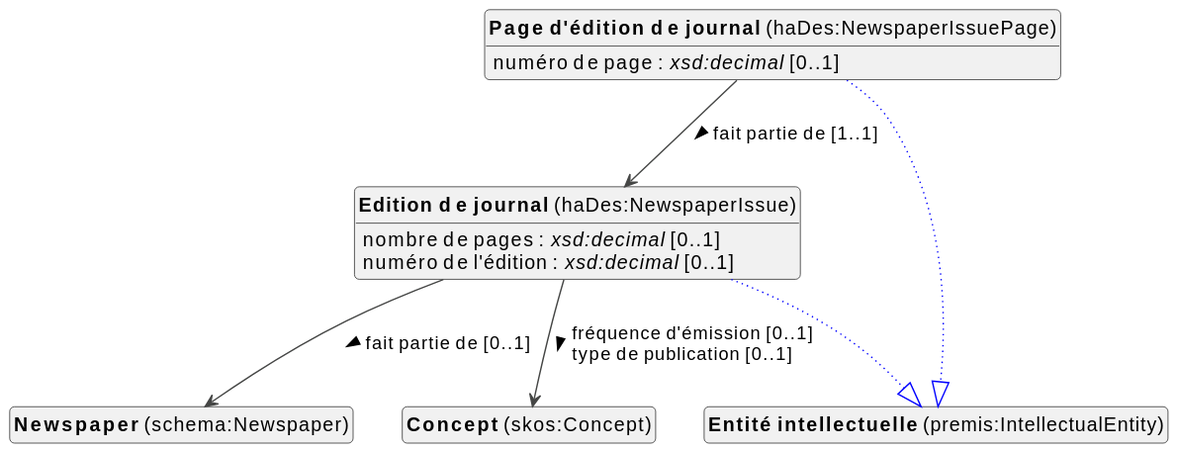
The PlantUML diagram docs/metadata/knowledge-graph/0.0.1/bibliographic/fr/bibliographic-diagram.svg in viaacode/documentation-jekyll, before a commit.
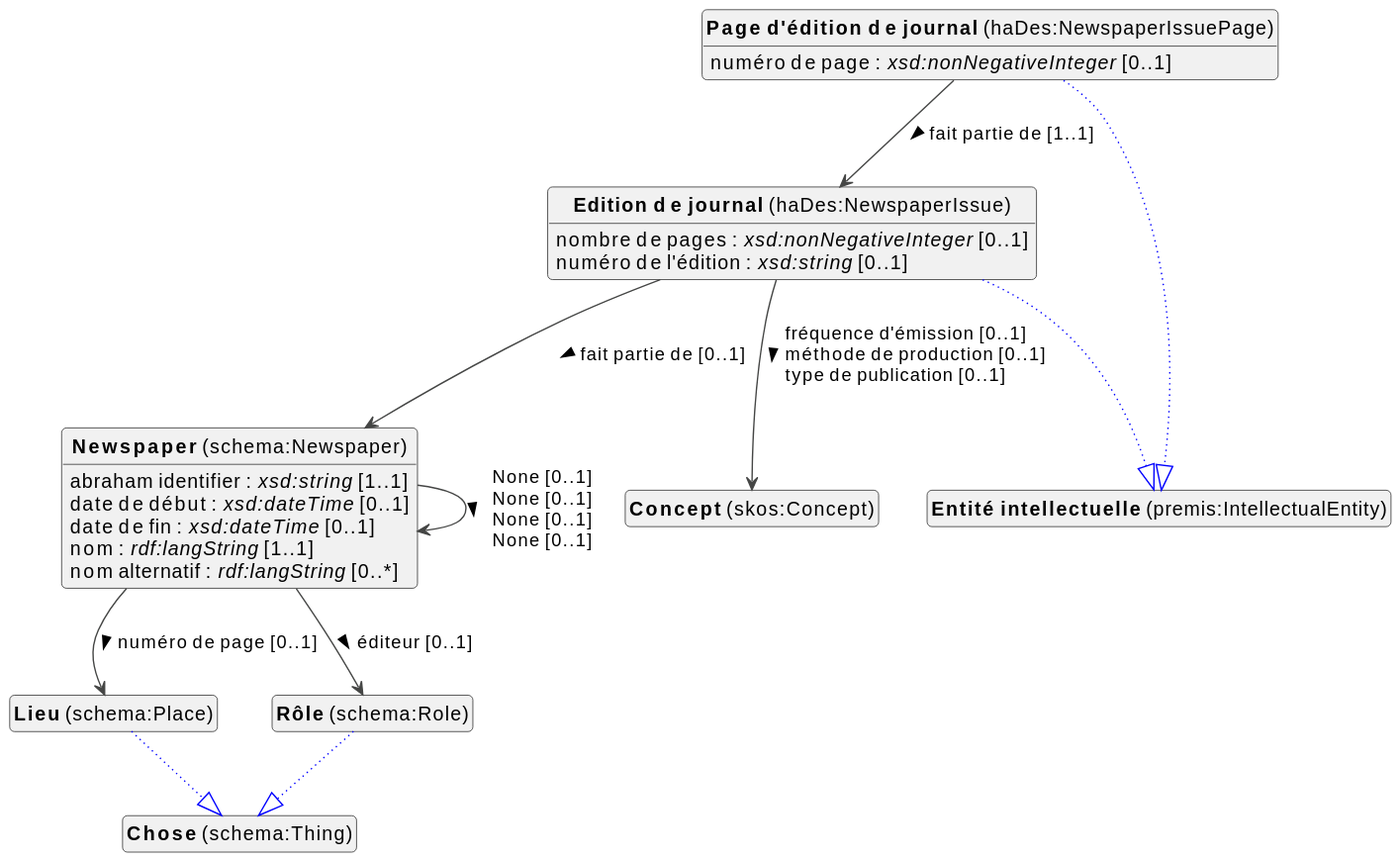
The same file after the commit.

Diff of the diagram source:
```diff
@@ -14,8 +14,23 @@
 class "<b>Concept</b> (skos:Concept)" as skos_Concept [[../../terms/fr#skos%3AConcept]]
 class "<b>Edition de journal</b> (haDes:NewspaperIssue)" as haDes_NewspaperIssue [[#haDes%3ANewspaperIssue]]
 class "<b>Entité intellectuelle</b> (premis:IntellectualEntity)" as premis_IntellectualEntity [[#premis%3AIntellectualEntity]]
+class "<b>Lieu</b> (schema:Place)" as schema_Place [[../../description/fr#schema%3APlace]]
+class "<b>Chose</b> (schema:Thing)" as schema_Thing [[#schema%3AThing]]
 class "<b>Page d'édition de journal</b> (haDes:NewspaperIssuePage)" as haDes_NewspaperIssuePage [[#haDes%3ANewspaperIssuePage]]
 class "<b>Entité intellectuelle</b> (premis:IntellectualEntity)" as premis_IntellectualEntity [[#premis%3AIntellectualEntity]]
+class "<b>Rôle</b> (schema:Role)" as schema_Role [[../../description/fr#schema%3ARole]]
+class "<b>Chose</b> (schema:Thing)" as schema_Thing [[#schema%3AThing]]
+
+
+schema_Newspaper : abraham identifier : <i>xsd:string</i> [1..1]
+schema_Newspaper : date de début : <i>xsd:dateTime</i> [0..1]
+schema_Newspaper : date de fin : <i>xsd:dateTime</i> [0..1]
+schema_Newspaper : nom : <i>rdf:langString</i> [1..1]
+schema_Newspaper : nom alternatif : <i>rdf:langString</i> [0..*]
+
+schema_Newspaper --> schema_Newspaper :None [0..1]  \lNone [0..1]  \lNone [0..1]  \lNone [0..1]  >
+schema_Newspaper --> schema_Place :numéro de page [0..1]  >
+schema_Newspaper --> schema_Role :éditeur [0..1]  >
 
 
 
@@ -23,16 +38,23 @@
 
 haDes_NewspaperIssue --|> premis_IntellectualEntity #blue;line.dotted;text:blue
 
-haDes_NewspaperIssue : nombre de pages : <i>xsd:decimal</i> [0..1]
-haDes_NewspaperIssue : numéro de l'édition : <i>xsd:decimal</i> [0..1]
+haDes_NewspaperIssue : nombre de pages : <i>xsd:nonNegativeInteger</i> [0..1]
+haDes_NewspaperIssue : numéro de l'édition : <i>xsd:string</i> [0..1]
 haDes_NewspaperIssue --> schema_Newspaper :fait partie de [0..1]  >
-haDes_NewspaperIssue --> skos_Concept :fréquence d'émission [0..1]  \ltype de publication [0..1]  >
+haDes_NewspaperIssue --> skos_Concept :fréquence d'émission [0..1]  \lméthode de production [0..1]  \ltype de publication [0..1]  >
+
+
+
+schema_Place --|> schema_Thing #blue;line.dotted;text:blue
 
 
 haDes_NewspaperIssuePage --|> premis_IntellectualEntity #blue;line.dotted;text:blue
 
-haDes_NewspaperIssuePage : numéro de page : <i>xsd:decimal</i> [0..1]
+haDes_NewspaperIssuePage : numéro de page : <i>xsd:nonNegativeInteger</i> [0..1]
 haDes_NewspaperIssuePage --> haDes_NewspaperIssue :fait partie de [1..1]  >
+
+
+schema_Role --|> schema_Thing #blue;line.dotted;text:blue
 
 
 
```
